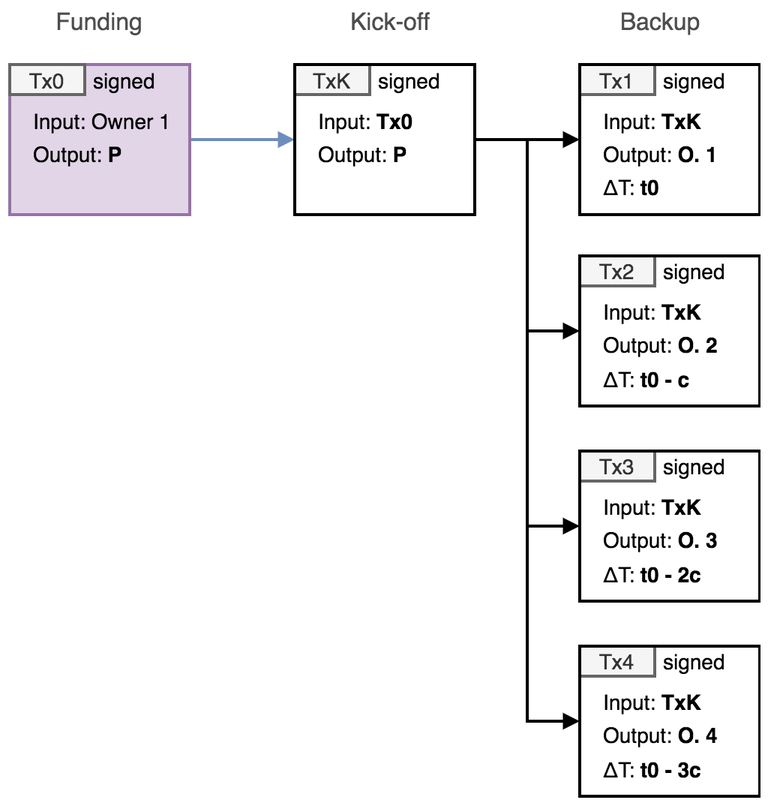
Above: doc/images/fig1.png in commerceblock/mercury (draw.io), before the change. Source tidied: cells renumbered, new cells last; positions are measured from the earlier drawing's top-left corner, leaving out a move shared by most shapes. The source it was exported from:
```xml
<mxGraphModel>
  <root>
    <mxCell id="0" />
    <mxCell id="1" parent="0" />
    <mxCell id="2" style="edgeStyle=orthogonalEdgeStyle;rounded=0;jettySize=auto;html=1;entryX=0;entryY=0.5;entryDx=0;entryDy=0;strokeWidth=2;endArrow=block;endFill=1;fillColor=#dae8fc;strokeColor=#6c8ebf;" parent="1" edge="1" source="3" target="16">
      <mxGeometry relative="1" as="geometry" />
    </mxCell>
    <mxCell id="3" style="rounded=0;whiteSpace=wrap;html=1;strokeWidth=2;fontSize=14;fillColor=#e1d5e7;strokeColor=#9673a6;" parent="1" vertex="1">
      <mxGeometry y="37.5" width="120" height="100" as="geometry" />
    </mxCell>
    <mxCell id="4" value="Tx0" style="rounded=0;whiteSpace=wrap;html=1;strokeWidth=2;fontSize=14;fillColor=#f5f5f5;strokeColor=#666666;fontColor=#333333;" parent="1" vertex="1">
      <mxGeometry y="37.5" width="50" height="20" as="geometry" />
    </mxCell>
    <mxCell id="5" value="&lt;font style=&quot;font-size: 14px&quot;&gt;Input: Owner 1&lt;/font&gt;" style="text;html=1;fontSize=16;" parent="1" vertex="1">
      <mxGeometry x="14" y="59.5" width="80" height="30" as="geometry" />
    </mxCell>
    <mxCell id="6" value="&lt;font style=&quot;font-size: 14px&quot;&gt;Output: &lt;b&gt;P&lt;/b&gt;&lt;/font&gt;" style="text;html=1;fontSize=16;" parent="1" vertex="1">
      <mxGeometry x="14" y="81.5" width="80" height="30" as="geometry" />
    </mxCell>
    <mxCell id="7" value="&lt;font style=&quot;font-size: 14px&quot;&gt;signed&lt;/font&gt;" style="text;html=1;fontSize=16;" parent="1" vertex="1">
      <mxGeometry x="54" y="32.5" width="50" height="30" as="geometry" />
    </mxCell>
    <mxCell id="8" value="TxK" style="rounded=0;whiteSpace=wrap;html=1;strokeWidth=2;fontSize=14;fillColor=#f5f5f5;strokeColor=#666666;fontColor=#333333;" parent="1" vertex="1">
      <mxGeometry x="190" y="37.5" width="50" height="20" as="geometry" />
    </mxCell>
    <mxCell id="9" value="&lt;font style=&quot;font-size: 14px&quot;&gt;Input: &lt;b&gt;Tx0&lt;/b&gt;&lt;/font&gt;" style="text;html=1;fontSize=16;" parent="1" vertex="1">
      <mxGeometry x="204" y="59.5" width="80" height="30" as="geometry" />
    </mxCell>
    <mxCell id="10" value="&lt;font style=&quot;font-size: 14px&quot;&gt;Output: &lt;b&gt;P&lt;/b&gt;&lt;/font&gt;" style="text;html=1;fontSize=16;" parent="1" vertex="1">
      <mxGeometry x="204" y="81.5" width="80" height="30" as="geometry" />
    </mxCell>
    <mxCell id="11" value="&lt;font style=&quot;font-size: 14px&quot;&gt;signed&lt;/font&gt;" style="text;html=1;fontSize=16;" parent="1" vertex="1">
      <mxGeometry x="244" y="32.5" width="50" height="30" as="geometry" />
    </mxCell>
    <mxCell id="12" style="edgeStyle=orthogonalEdgeStyle;rounded=0;jettySize=auto;html=1;entryX=0;entryY=0.5;entryDx=0;entryDy=0;endArrow=block;endFill=1;strokeWidth=2;" parent="1" edge="1" source="16" target="40">
      <mxGeometry relative="1" as="geometry" />
    </mxCell>
    <mxCell id="13" style="edgeStyle=orthogonalEdgeStyle;rounded=0;jettySize=auto;html=1;entryX=0;entryY=0.5;entryDx=0;entryDy=0;endArrow=block;endFill=1;strokeWidth=2;" parent="1" edge="1" source="16" target="41">
      <mxGeometry relative="1" as="geometry" />
    </mxCell>
    <mxCell id="14" style="edgeStyle=orthogonalEdgeStyle;rounded=0;jettySize=auto;html=1;entryX=0;entryY=0.5;entryDx=0;entryDy=0;endArrow=block;endFill=1;strokeWidth=2;" parent="1" edge="1" source="16" target="42">
      <mxGeometry relative="1" as="geometry" />
    </mxCell>
    <mxCell id="15" style="edgeStyle=orthogonalEdgeStyle;rounded=0;jettySize=auto;html=1;entryX=0;entryY=0.5;entryDx=0;entryDy=0;endArrow=block;endFill=1;strokeWidth=2;" parent="1" edge="1" source="16" target="43">
      <mxGeometry relative="1" as="geometry" />
    </mxCell>
    <mxCell id="16" style="rounded=0;whiteSpace=wrap;html=1;strokeWidth=2;fontSize=14;fillColor=none;" parent="1" vertex="1">
      <mxGeometry x="190" y="37.5" width="120" height="100" as="geometry" />
    </mxCell>
    <mxCell id="17" value="Tx1" style="rounded=0;whiteSpace=wrap;html=1;strokeWidth=2;fontSize=14;fillColor=#f5f5f5;strokeColor=#666666;fontColor=#333333;" parent="1" vertex="1">
      <mxGeometry x="380" y="37.5" width="50" height="20" as="geometry" />
    </mxCell>
    <mxCell id="18" value="&lt;font style=&quot;font-size: 14px&quot;&gt;Input: &lt;b&gt;TxK&lt;/b&gt;&lt;/font&gt;" style="text;html=1;fontSize=16;" parent="1" vertex="1">
      <mxGeometry x="394" y="59.5" width="80" height="30" as="geometry" />
    </mxCell>
    <mxCell id="19" value="&lt;font style=&quot;font-size: 14px&quot;&gt;Output: &lt;b&gt;O. 1&lt;/b&gt;&lt;/font&gt;" style="text;html=1;fontSize=16;" parent="1" vertex="1">
      <mxGeometry x="394" y="81.5" width="80" height="30" as="geometry" />
    </mxCell>
    <mxCell id="20" value="&lt;font style=&quot;font-size: 14px&quot;&gt;signed&lt;/font&gt;" style="text;html=1;fontSize=16;" parent="1" vertex="1">
      <mxGeometry x="434" y="32.5" width="50" height="30" as="geometry" />
    </mxCell>
    <mxCell id="21" value="&lt;font style=&quot;font-size: 14px&quot;&gt;ΔT: &lt;b&gt;t0&lt;/b&gt;&lt;/font&gt;" style="text;html=1;fontSize=16;" parent="1" vertex="1">
      <mxGeometry x="394" y="104" width="80" height="30" as="geometry" />
    </mxCell>
    <mxCell id="22" value="Tx2" style="rounded=0;whiteSpace=wrap;html=1;strokeWidth=2;fontSize=14;fillColor=#f5f5f5;strokeColor=#666666;fontColor=#333333;" parent="1" vertex="1">
      <mxGeometry x="380" y="165" width="50" height="20" as="geometry" />
    </mxCell>
    <mxCell id="23" value="&lt;font style=&quot;font-size: 14px&quot;&gt;Input: &lt;b&gt;TxK&lt;/b&gt;&lt;/font&gt;" style="text;html=1;fontSize=16;" parent="1" vertex="1">
      <mxGeometry x="394" y="187" width="80" height="30" as="geometry" />
    </mxCell>
    <mxCell id="24" value="&lt;font style=&quot;font-size: 14px&quot;&gt;Output: &lt;b&gt;O. 2&lt;/b&gt;&lt;/font&gt;" style="text;html=1;fontSize=16;" parent="1" vertex="1">
      <mxGeometry x="394" y="209" width="80" height="30" as="geometry" />
    </mxCell>
    <mxCell id="25" value="&lt;font style=&quot;font-size: 14px&quot;&gt;signed&lt;/font&gt;" style="text;html=1;fontSize=16;" parent="1" vertex="1">
      <mxGeometry x="434" y="160" width="50" height="30" as="geometry" />
    </mxCell>
    <mxCell id="26" value="&lt;font style=&quot;font-size: 14px&quot;&gt;ΔT: &lt;b&gt;t0 - c&lt;/b&gt;&lt;/font&gt;" style="text;html=1;fontSize=16;" parent="1" vertex="1">
      <mxGeometry x="394" y="231.5" width="80" height="30" as="geometry" />
    </mxCell>
    <mxCell id="27" value="Tx3" style="rounded=0;whiteSpace=wrap;html=1;strokeWidth=2;fontSize=14;fillColor=#f5f5f5;strokeColor=#666666;fontColor=#333333;" parent="1" vertex="1">
      <mxGeometry x="380" y="295" width="50" height="20" as="geometry" />
    </mxCell>
    <mxCell id="28" value="&lt;font style=&quot;font-size: 14px&quot;&gt;Input: &lt;b&gt;TxK&lt;/b&gt;&lt;/font&gt;" style="text;html=1;fontSize=16;" parent="1" vertex="1">
      <mxGeometry x="394" y="317" width="80" height="30" as="geometry" />
    </mxCell>
    <mxCell id="29" value="&lt;font style=&quot;font-size: 14px&quot;&gt;Output: &lt;b&gt;O. 3&lt;/b&gt;&lt;/font&gt;" style="text;html=1;fontSize=16;" parent="1" vertex="1">
      <mxGeometry x="394" y="339" width="80" height="30" as="geometry" />
    </mxCell>
    <mxCell id="30" value="&lt;font style=&quot;font-size: 14px&quot;&gt;signed&lt;/font&gt;" style="text;html=1;fontSize=16;" parent="1" vertex="1">
      <mxGeometry x="434" y="290" width="50" height="30" as="geometry" />
    </mxCell>
    <mxCell id="31" value="&lt;font style=&quot;font-size: 14px&quot;&gt;ΔT: &lt;b&gt;t0 - 2c&lt;/b&gt;&lt;/font&gt;" style="text;html=1;fontSize=16;" parent="1" vertex="1">
      <mxGeometry x="394" y="361.5" width="80" height="30" as="geometry" />
    </mxCell>
    <mxCell id="32" value="Tx4" style="rounded=0;whiteSpace=wrap;html=1;strokeWidth=2;fontSize=14;fillColor=#f5f5f5;strokeColor=#666666;fontColor=#333333;" parent="1" vertex="1">
      <mxGeometry x="380" y="425" width="50" height="20" as="geometry" />
    </mxCell>
    <mxCell id="33" value="&lt;font style=&quot;font-size: 14px&quot;&gt;Input: &lt;b&gt;TxK&lt;/b&gt;&lt;/font&gt;" style="text;html=1;fontSize=16;" parent="1" vertex="1">
      <mxGeometry x="394" y="447" width="80" height="30" as="geometry" />
    </mxCell>
    <mxCell id="34" value="&lt;font style=&quot;font-size: 14px&quot;&gt;Output: &lt;b&gt;O. 4&lt;/b&gt;&lt;/font&gt;" style="text;html=1;fontSize=16;" parent="1" vertex="1">
      <mxGeometry x="394" y="469" width="80" height="30" as="geometry" />
    </mxCell>
    <mxCell id="35" value="&lt;font style=&quot;font-size: 14px&quot;&gt;signed&lt;/font&gt;" style="text;html=1;fontSize=16;" parent="1" vertex="1">
      <mxGeometry x="434" y="420" width="50" height="30" as="geometry" />
    </mxCell>
    <mxCell id="36" value="&lt;font style=&quot;font-size: 14px&quot;&gt;ΔT: &lt;b&gt;t0 - 3c&lt;/b&gt;&lt;/font&gt;" style="text;html=1;fontSize=16;" parent="1" vertex="1">
      <mxGeometry x="394" y="491.5" width="80" height="30" as="geometry" />
    </mxCell>
    <mxCell id="37" value="Funding" style="text;html=1;strokeColor=none;fillColor=none;align=center;verticalAlign=middle;whiteSpace=wrap;rounded=0;fontSize=16;fontColor=#4D4D4D;" parent="1" vertex="1">
      <mxGeometry x="40" width="40" height="20" as="geometry" />
    </mxCell>
    <mxCell id="38" value="Kick-off" style="text;html=1;strokeColor=none;fillColor=none;align=center;verticalAlign=middle;whiteSpace=wrap;rounded=0;fontSize=16;fontColor=#4D4D4D;" parent="1" vertex="1">
      <mxGeometry x="224" width="60" height="20" as="geometry" />
    </mxCell>
    <mxCell id="39" value="Backup" style="text;html=1;strokeColor=none;fillColor=none;align=center;verticalAlign=middle;whiteSpace=wrap;rounded=0;fontSize=16;fontColor=#4D4D4D;" parent="1" vertex="1">
      <mxGeometry x="404" width="60" height="20" as="geometry" />
    </mxCell>
    <mxCell id="40" style="rounded=0;whiteSpace=wrap;html=1;strokeWidth=2;fontSize=14;fillColor=none;" parent="1" vertex="1">
      <mxGeometry x="380" y="37.5" width="120" height="100" as="geometry" />
    </mxCell>
    <mxCell id="41" style="rounded=0;whiteSpace=wrap;html=1;strokeWidth=2;fontSize=14;fillColor=none;" parent="1" vertex="1">
      <mxGeometry x="380" y="165" width="120" height="100" as="geometry" />
    </mxCell>
    <mxCell id="42" style="rounded=0;whiteSpace=wrap;html=1;strokeWidth=2;fontSize=14;fillColor=none;" parent="1" vertex="1">
      <mxGeometry x="380" y="295" width="120" height="100" as="geometry" />
    </mxCell>
    <mxCell id="43" style="rounded=0;whiteSpace=wrap;html=1;strokeWidth=2;fontSize=14;fillColor=none;" parent="1" vertex="1">
      <mxGeometry x="380" y="425" width="120" height="100" as="geometry" />
    </mxCell>
  </root>
</mxGraphModel>
```
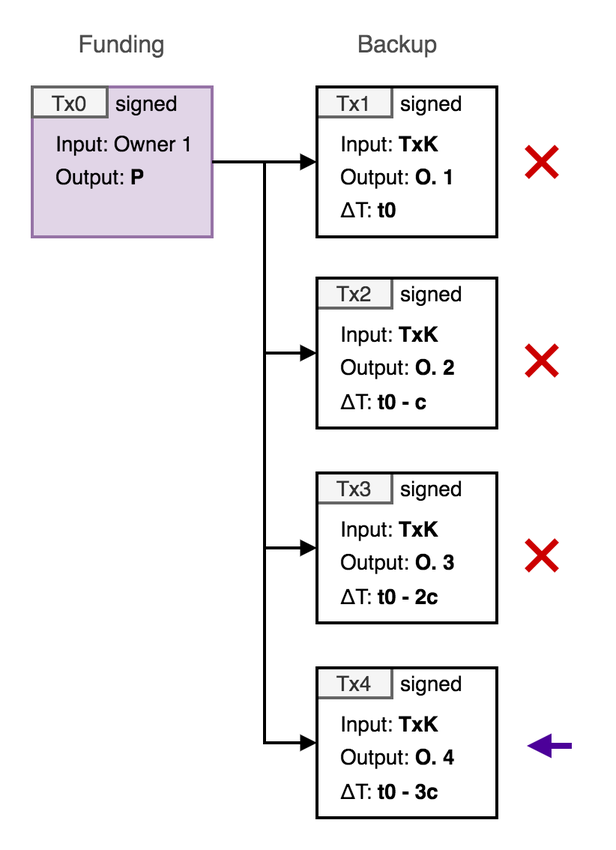
Above is the later version.

The edit, as a diff of the source:
```diff
@@ -2,51 +2,41 @@
   <root>
     <mxCell id="0" />
     <mxCell id="1" parent="0" />
-    <mxCell id="2" style="edgeStyle=orthogonalEdgeStyle;rounded=0;jettySize=auto;html=1;entryX=0;entryY=0.5;entryDx=0;entryDy=0;strokeWidth=2;endArrow=block;endFill=1;fillColor=#dae8fc;strokeColor=#6c8ebf;" parent="1" edge="1" source="3" target="16">
-      <mxGeometry relative="1" as="geometry" />
-    </mxCell>
     <mxCell id="3" style="rounded=0;whiteSpace=wrap;html=1;strokeWidth=2;fontSize=14;fillColor=#e1d5e7;strokeColor=#9673a6;" parent="1" vertex="1">
-      <mxGeometry y="37.5" width="120" height="100" as="geometry" />
+      <mxGeometry x="190" y="37.5" width="120" height="100" as="geometry" />
     </mxCell>
     <mxCell id="4" value="Tx0" style="rounded=0;whiteSpace=wrap;html=1;strokeWidth=2;fontSize=14;fillColor=#f5f5f5;strokeColor=#666666;fontColor=#333333;" parent="1" vertex="1">
-      <mxGeometry y="37.5" width="50" height="20" as="geometry" />
+      <mxGeometry x="190" y="37.5" width="50" height="20" as="geometry" />
     </mxCell>
     <mxCell id="5" value="&lt;font style=&quot;font-size: 14px&quot;&gt;Input: Owner 1&lt;/font&gt;" style="text;html=1;fontSize=16;" parent="1" vertex="1">
-      <mxGeometry x="14" y="59.5" width="80" height="30" as="geometry" />
+      <mxGeometry x="204" y="59.5" width="80" height="30" as="geometry" />
     </mxCell>
     <mxCell id="6" value="&lt;font style=&quot;font-size: 14px&quot;&gt;Output: &lt;b&gt;P&lt;/b&gt;&lt;/font&gt;" style="text;html=1;fontSize=16;" parent="1" vertex="1">
-      <mxGeometry x="14" y="81.5" width="80" height="30" as="geometry" />
+      <mxGeometry x="204" y="81.5" width="80" height="30" as="geometry" />
     </mxCell>
     <mxCell id="7" value="&lt;font style=&quot;font-size: 14px&quot;&gt;signed&lt;/font&gt;" style="text;html=1;fontSize=16;" parent="1" vertex="1">
-      <mxGeometry x="54" y="32.5" width="50" height="30" as="geometry" />
+      <mxGeometry x="244" y="32.5" width="50" height="30" as="geometry" />
     </mxCell>
-    <mxCell id="8" value="TxK" style="rounded=0;whiteSpace=wrap;html=1;strokeWidth=2;fontSize=14;fillColor=#f5f5f5;strokeColor=#666666;fontColor=#333333;" parent="1" vertex="1">
-      <mxGeometry x="190" y="37.5" width="50" height="20" as="geometry" />
-    </mxCell>
-    <mxCell id="9" value="&lt;font style=&quot;font-size: 14px&quot;&gt;Input: &lt;b&gt;Tx0&lt;/b&gt;&lt;/font&gt;" style="text;html=1;fontSize=16;" parent="1" vertex="1">
-      <mxGeometry x="204" y="59.5" width="80" height="30" as="geometry" />
-    </mxCell>
-    <mxCell id="10" value="&lt;font style=&quot;font-size: 14px&quot;&gt;Output: &lt;b&gt;P&lt;/b&gt;&lt;/font&gt;" style="text;html=1;fontSize=16;" parent="1" vertex="1">
-      <mxGeometry x="204" y="81.5" width="80" height="30" as="geometry" />
-    </mxCell>
-    <mxCell id="11" value="&lt;font style=&quot;font-size: 14px&quot;&gt;signed&lt;/font&gt;" style="text;html=1;fontSize=16;" parent="1" vertex="1">
-      <mxGeometry x="244" y="32.5" width="50" height="30" as="geometry" />
-    </mxCell>
-    <mxCell id="12" style="edgeStyle=orthogonalEdgeStyle;rounded=0;jettySize=auto;html=1;entryX=0;entryY=0.5;entryDx=0;entryDy=0;endArrow=block;endFill=1;strokeWidth=2;" parent="1" edge="1" source="16" target="40">
-      <mxGeometry relative="1" as="geometry" />
+    <mxCell id="12" style="edgeStyle=orthogonalEdgeStyle;rounded=0;jettySize=auto;html=1;entryX=0;entryY=0.5;entryDx=0;entryDy=0;endArrow=block;endFill=1;strokeWidth=2;" parent="1" edge="1" target="40">
+      <mxGeometry relative="1" as="geometry">
+        <mxPoint x="310" y="87.5" as="sourcePoint" />
+      </mxGeometry>
     </mxCell>
-    <mxCell id="13" style="edgeStyle=orthogonalEdgeStyle;rounded=0;jettySize=auto;html=1;entryX=0;entryY=0.5;entryDx=0;entryDy=0;endArrow=block;endFill=1;strokeWidth=2;" parent="1" edge="1" source="16" target="41">
-      <mxGeometry relative="1" as="geometry" />
+    <mxCell id="13" style="edgeStyle=orthogonalEdgeStyle;rounded=0;jettySize=auto;html=1;entryX=0;entryY=0.5;entryDx=0;entryDy=0;endArrow=block;endFill=1;strokeWidth=2;" parent="1" edge="1" target="41">
+      <mxGeometry relative="1" as="geometry">
+        <mxPoint x="310" y="87.5" as="sourcePoint" />
+      </mxGeometry>
     </mxCell>
-    <mxCell id="14" style="edgeStyle=orthogonalEdgeStyle;rounded=0;jettySize=auto;html=1;entryX=0;entryY=0.5;entryDx=0;entryDy=0;endArrow=block;endFill=1;strokeWidth=2;" parent="1" edge="1" source="16" target="42">
-      <mxGeometry relative="1" as="geometry" />
+    <mxCell id="14" style="edgeStyle=orthogonalEdgeStyle;rounded=0;jettySize=auto;html=1;entryX=0;entryY=0.5;entryDx=0;entryDy=0;endArrow=block;endFill=1;strokeWidth=2;" parent="1" edge="1" target="42">
+      <mxGeometry relative="1" as="geometry">
+        <mxPoint x="310" y="87.5" as="sourcePoint" />
+      </mxGeometry>
     </mxCell>
-    <mxCell id="15" style="edgeStyle=orthogonalEdgeStyle;rounded=0;jettySize=auto;html=1;entryX=0;entryY=0.5;entryDx=0;entryDy=0;endArrow=block;endFill=1;strokeWidth=2;" parent="1" edge="1" source="16" target="43">
-      <mxGeometry relative="1" as="geometry" />
+    <mxCell id="15" style="edgeStyle=orthogonalEdgeStyle;rounded=0;jettySize=auto;html=1;entryX=0;entryY=0.5;entryDx=0;entryDy=0;endArrow=block;endFill=1;strokeWidth=2;" parent="1" edge="1" target="43">
+      <mxGeometry relative="1" as="geometry">
+        <mxPoint x="310" y="87.5" as="sourcePoint" />
+      </mxGeometry>
     </mxCell>
-    <mxCell id="16" style="rounded=0;whiteSpace=wrap;html=1;strokeWidth=2;fontSize=14;fillColor=none;" parent="1" vertex="1">
-      <mxGeometry x="190" y="37.5" width="120" height="100" as="geometry" />
-    </mxCell>
     <mxCell id="17" value="Tx1" style="rounded=0;whiteSpace=wrap;html=1;strokeWidth=2;fontSize=14;fillColor=#f5f5f5;strokeColor=#666666;fontColor=#333333;" parent="1" vertex="1">
       <mxGeometry x="380" y="37.5" width="50" height="20" as="geometry" />
     </mxCell>
@@ -108,11 +98,8 @@
       <mxGeometry x="394" y="491.5" width="80" height="30" as="geometry" />
     </mxCell>
     <mxCell id="37" value="Funding" style="text;html=1;strokeColor=none;fillColor=none;align=center;verticalAlign=middle;whiteSpace=wrap;rounded=0;fontSize=16;fontColor=#4D4D4D;" parent="1" vertex="1">
-      <mxGeometry x="40" width="40" height="20" as="geometry" />
+      <mxGeometry x="230" width="40" height="20" as="geometry" />
     </mxCell>
-    <mxCell id="38" value="Kick-off" style="text;html=1;strokeColor=none;fillColor=none;align=center;verticalAlign=middle;whiteSpace=wrap;rounded=0;fontSize=16;fontColor=#4D4D4D;" parent="1" vertex="1">
-      <mxGeometry x="224" width="60" height="20" as="geometry" />
-    </mxCell>
     <mxCell id="39" value="Backup" style="text;html=1;strokeColor=none;fillColor=none;align=center;verticalAlign=middle;whiteSpace=wrap;rounded=0;fontSize=16;fontColor=#4D4D4D;" parent="1" vertex="1">
       <mxGeometry x="404" width="60" height="20" as="geometry" />
     </mxCell>
@@ -128,5 +115,56 @@
     <mxCell id="43" style="rounded=0;whiteSpace=wrap;html=1;strokeWidth=2;fontSize=14;fillColor=none;" parent="1" vertex="1">
       <mxGeometry x="380" y="425" width="120" height="100" as="geometry" />
     </mxCell>
+    <mxCell id="44" style="endArrow=block;html=1;strokeWidth=4;endFill=1;strokeColor=#4C0099;" parent="1" edge="1">
+      <mxGeometry relative="1" as="geometry">
+        <mxPoint x="550" y="477" as="sourcePoint" />
+        <mxPoint x="520" y="477" as="targetPoint" />
+      </mxGeometry>
+    </mxCell>
+    <mxCell id="45" style="group;" parent="1" vertex="1">
+      <mxGeometry x="520" y="77.5" width="20" height="20" as="geometry" />
+    </mxCell>
+    <mxCell id="46" style="endArrow=none;html=1;strokeWidth=4;strokeColor=#CC0000;" parent="45" edge="1">
+      <mxGeometry relative="1" as="geometry">
+        <mxPoint y="20" as="sourcePoint" />
+        <mxPoint x="20" as="targetPoint" />
+      </mxGeometry>
+    </mxCell>
+    <mxCell id="47" style="endArrow=none;html=1;strokeWidth=4;strokeColor=#CC0000;" parent="45" edge="1">
+      <mxGeometry relative="1" as="geometry">
+        <mxPoint as="sourcePoint" />
+        <mxPoint x="20" y="20" as="targetPoint" />
+      </mxGeometry>
+    </mxCell>
+    <mxCell id="48" style="group;" parent="1" vertex="1">
+      <mxGeometry x="520" y="210" width="20" height="20" as="geometry" />
+    </mxCell>
+    <mxCell id="49" style="endArrow=none;html=1;strokeWidth=4;strokeColor=#CC0000;" parent="48" edge="1">
+      <mxGeometry relative="1" as="geometry">
+        <mxPoint y="20" as="sourcePoint" />
+        <mxPoint x="20" as="targetPoint" />
+      </mxGeometry>
+    </mxCell>
+    <mxCell id="50" style="endArrow=none;html=1;strokeWidth=4;strokeColor=#CC0000;" parent="48" edge="1">
+      <mxGeometry relative="1" as="geometry">
+        <mxPoint as="sourcePoint" />
+        <mxPoint x="20" y="20" as="targetPoint" />
+      </mxGeometry>
+    </mxCell>
+    <mxCell id="51" style="group;" parent="1" vertex="1">
+      <mxGeometry x="520" y="340" width="20" height="20" as="geometry" />
+    </mxCell>
+    <mxCell id="52" style="endArrow=none;html=1;strokeWidth=4;strokeColor=#CC0000;" parent="51" edge="1">
+      <mxGeometry relative="1" as="geometry">
+        <mxPoint y="20" as="sourcePoint" />
+        <mxPoint x="20" as="targetPoint" />
+      </mxGeometry>
+    </mxCell>
+    <mxCell id="53" style="endArrow=none;html=1;strokeWidth=4;strokeColor=#CC0000;" parent="51" edge="1">
+      <mxGeometry relative="1" as="geometry">
+        <mxPoint as="sourcePoint" />
+        <mxPoint x="20" y="20" as="targetPoint" />
+      </mxGeometry>
+    </mxCell>
   </root>
 </mxGraphModel>
```
